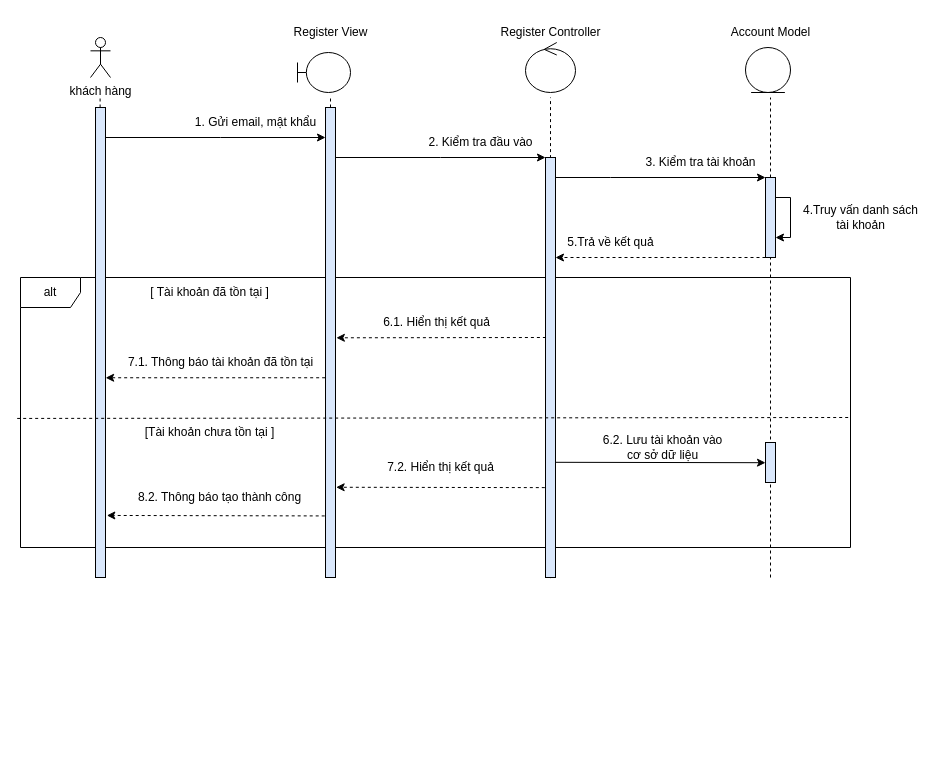
EdgarIgnite16/SGU-Course keeps this draw.io diagram as Nam3_HK1/CNPM_SoftTech/Sequence Diagrams/Quân Huỳnh/SD_ĐăngKý.drawio. Above is the earlier version. Source tidied: cells renumbered, new cells numbered last; positions are measured from the earlier drawing's top-left corner, leaving out a move shared by most shapes. Both pictures are drawn from the tidied source at 100%, with x=0, y=0 at pixel (20, 17).
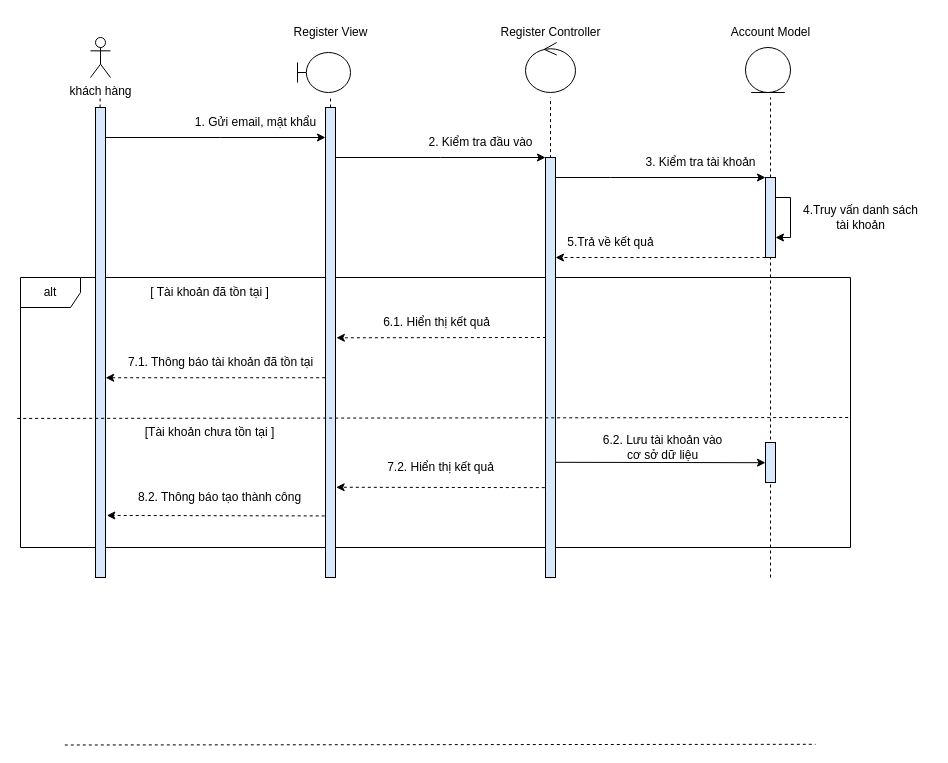
The same diagram, later.

Change to the diagram source:
```diff
@@
+    <mxCell id="44" style="endArrow=none;dashed=1;html=1;rounded=0;exitX=-0.001;exitY=0.448;exitDx=0;exitDy=0;exitPerimeter=0;entryX=1;entryY=0.445;entryDx=0;entryDy=0;entryPerimeter=0;" parent="1" edge="1">
+      <mxGeometry relative="1" as="geometry">
+        <mxPoint x="44.3" y="727.5" as="sourcePoint" />
+        <mxPoint x="795" y="726.8" as="targetPoint" />
+      </mxGeometry>
+    </mxCell>
```
